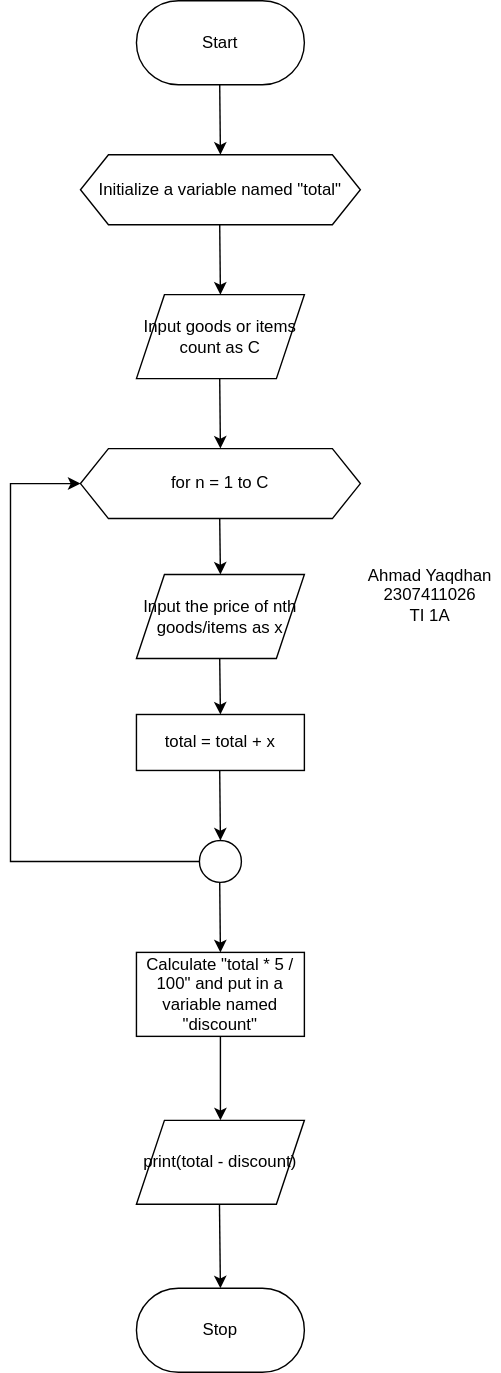
This is 5PercentDiscount.drawio.svg from Mednoob/Mednoob, a draw.io export, as it was before one commit. Source tidied: cells renumbered, new cells last; positions are measured from the earlier drawing's top-left corner, leaving out a move shared by most shapes.
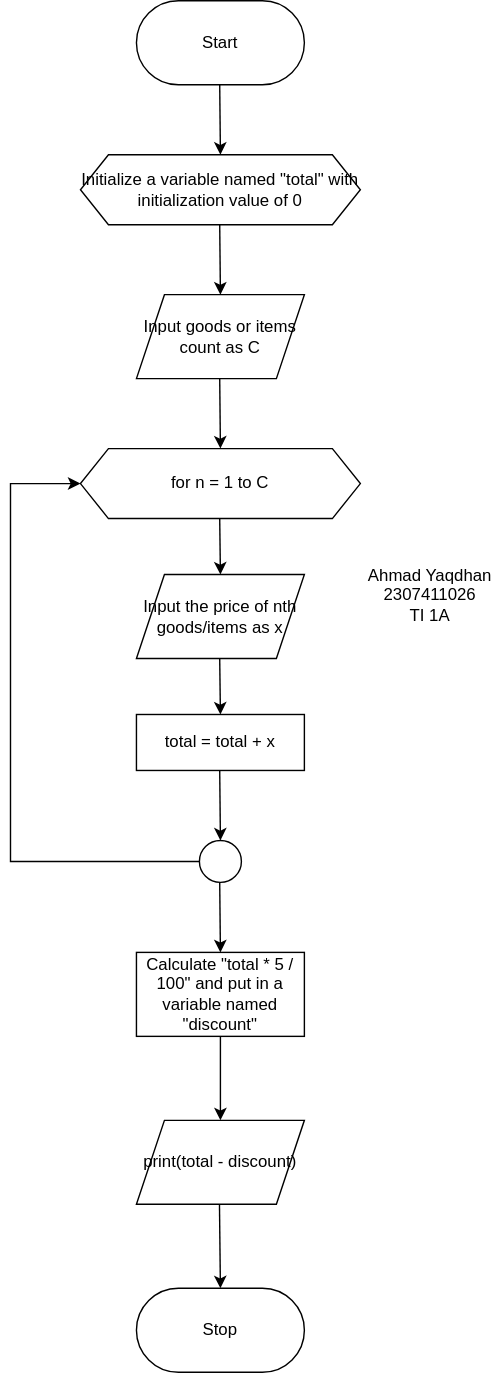
After the change.

Commit message:
feat(5p-discount): update flowchart

Change to the diagram source:
```diff
@@ -18,7 +18,7 @@
     <mxCell id="5" value="Input goods or items count as C" style="shape=parallelogram;perimeter=parallelogramPerimeter;whiteSpace=wrap;html=1;fixedSize=1;" parent="1" vertex="1">
       <mxGeometry x="90" y="210" width="120" height="60" as="geometry" />
     </mxCell>
-    <mxCell id="6" value="Initialize a variable named &quot;total&quot;" style="shape=hexagon;perimeter=hexagonPerimeter2;whiteSpace=wrap;html=1;fixedSize=1;" parent="1" vertex="1">
+    <mxCell id="6" value="Initialize a variable named &quot;total&quot; with initialization value of 0" style="shape=hexagon;perimeter=hexagonPerimeter2;whiteSpace=wrap;html=1;fixedSize=1;" parent="1" vertex="1">
       <mxGeometry x="50" y="110" width="200" height="50" as="geometry" />
     </mxCell>
     <mxCell id="7" style="endArrow=classic;html=1;rounded=0;entryX=0.5;entryY=0;entryDx=0;entryDy=0;" parent="1" edge="1" target="8">
```
